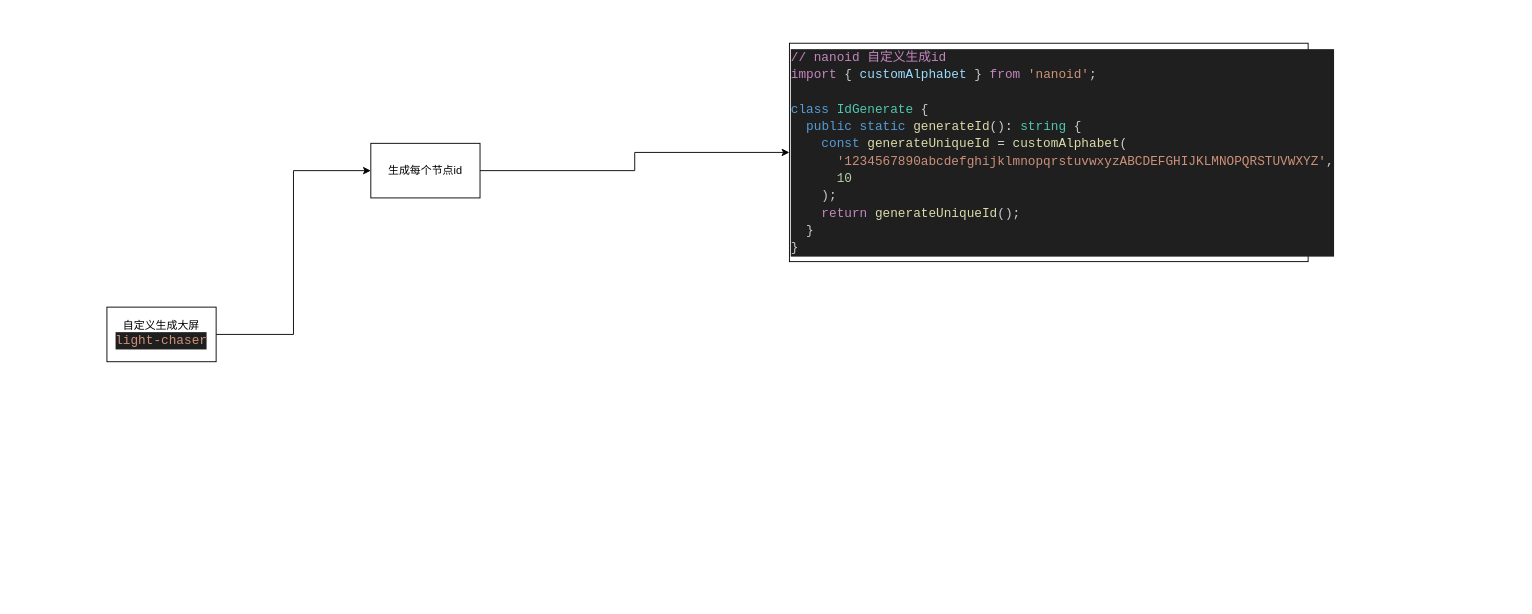
This is light-charse源码阅读.drawio from wankangk1/drawfile, a draw.io file, before an edit. Source tidied: cells renumbered, new cells numbered last; positions are measured from the earlier drawing's top-left corner, leaving out a move shared by most shapes. Both pictures are drawn from the tidied source at 91%, with x=0, y=0 at pixel (106, 43).
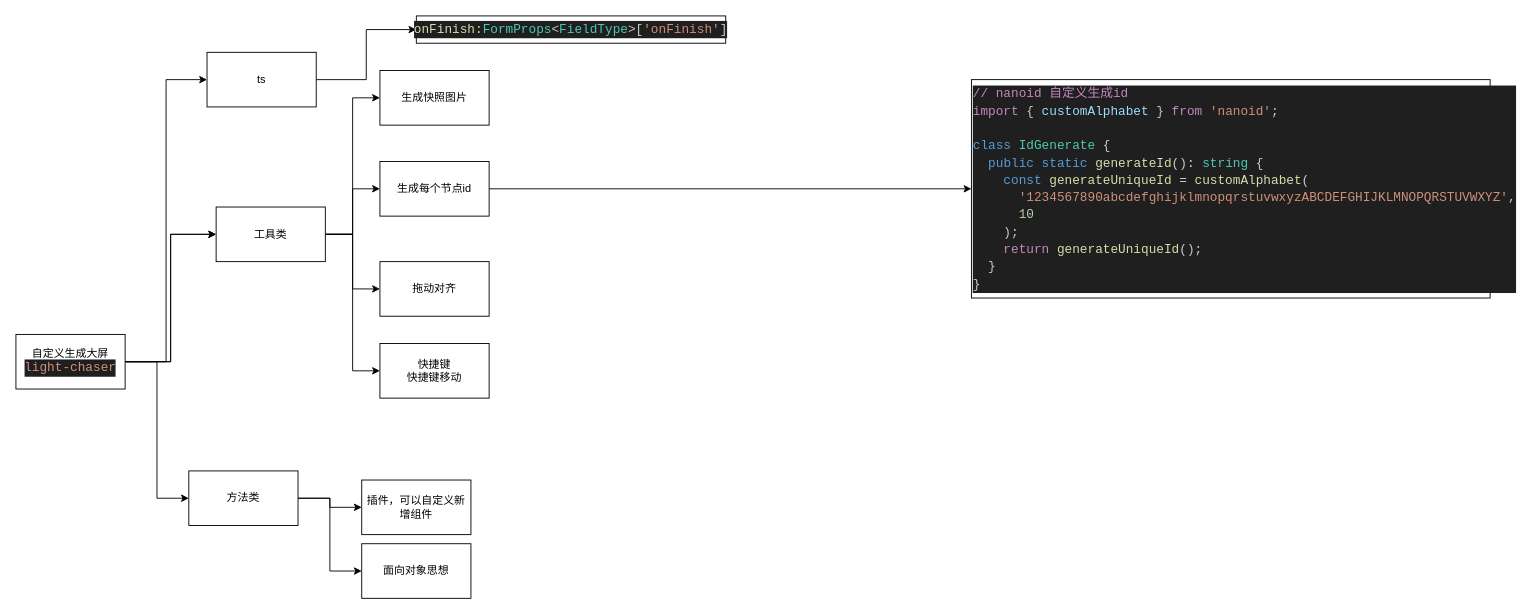
The same diagram, later.

Commit message:
更新light-charse源码阅读.drawio

The edit, as a diff of the source:
```diff
@@
     <mxCell id="2" value="&lt;div style=&quot;background-color: rgb(31, 31, 31); font-family: Consolas, &amp;quot;Courier New&amp;quot;, monospace; font-size: 14px; line-height: 19px; white-space: pre;&quot;&gt;&lt;div style=&quot;&quot;&gt;&lt;font color=&quot;#c586c0&quot;&gt;// nanoid 自定义生成id&lt;/font&gt;&lt;/div&gt;&lt;div style=&quot;color: rgb(204, 204, 204);&quot;&gt;&lt;span style=&quot;color: #c586c0;&quot;&gt;import&lt;/span&gt; { &lt;span style=&quot;color: #9cdcfe;&quot;&gt;customAlphabet&lt;/span&gt; } &lt;span style=&quot;color: #c586c0;&quot;&gt;from&lt;/span&gt; &lt;span style=&quot;color: #ce9178;&quot;&gt;'nanoid'&lt;/span&gt;;&lt;/div&gt;&lt;font color=&quot;#cccccc&quot;&gt;&lt;br&gt;&lt;/font&gt;&lt;div style=&quot;color: rgb(204, 204, 204);&quot;&gt;&lt;span style=&quot;color: #569cd6;&quot;&gt;class&lt;/span&gt; &lt;span style=&quot;color: #4ec9b0;&quot;&gt;IdGenerate&lt;/span&gt; {&lt;/div&gt;&lt;div style=&quot;color: rgb(204, 204, 204);&quot;&gt;&amp;nbsp; &lt;span style=&quot;color: #569cd6;&quot;&gt;public&lt;/span&gt; &lt;span style=&quot;color: #569cd6;&quot;&gt;static&lt;/span&gt; &lt;span style=&quot;color: #dcdcaa;&quot;&gt;generateId&lt;/span&gt;()&lt;span style=&quot;color: #d4d4d4;&quot;&gt;:&lt;/span&gt; &lt;span style=&quot;color: #4ec9b0;&quot;&gt;string&lt;/span&gt; {&lt;/div&gt;&lt;div style=&quot;color: rgb(204, 204, 204);&quot;&gt;&amp;nbsp; &amp;nbsp; &lt;span style=&quot;color: #569cd6;&quot;&gt;const&lt;/span&gt; &lt;span style=&quot;color: #dcdcaa;&quot;&gt;generateUniqueId&lt;/span&gt; &lt;span style=&quot;color: #d4d4d4;&quot;&gt;=&lt;/span&gt; &lt;span style=&quot;color: #dcdcaa;&quot;&gt;customAlphabet&lt;/span&gt;(&lt;/div&gt;&lt;div style=&quot;color: rgb(204, 204, 204);&quot;&gt;&amp;nbsp; &amp;nbsp; &amp;nbsp; &lt;span style=&quot;color: #ce9178;&quot;&gt;'1234567890abcdefghijklmnopqrstuvwxyzABCDEFGHIJKLMNOPQRSTUVWXYZ'&lt;/span&gt;,&lt;/div&gt;&lt;div style=&quot;color: rgb(204, 204, 204);&quot;&gt;&amp;nbsp; &amp;nbsp; &amp;nbsp; &lt;span style=&quot;color: #b5cea8;&quot;&gt;10&lt;/span&gt;&lt;/div&gt;&lt;div style=&quot;color: rgb(204, 204, 204);&quot;&gt;&amp;nbsp; &amp;nbsp; );&lt;/div&gt;&lt;div style=&quot;color: rgb(204, 204, 204);&quot;&gt;&amp;nbsp; &amp;nbsp; &lt;span style=&quot;color: #c586c0;&quot;&gt;return&lt;/span&gt; &lt;span style=&quot;color: #dcdcaa;&quot;&gt;generateUniqueId&lt;/span&gt;();&lt;/div&gt;&lt;div style=&quot;color: rgb(204, 204, 204);&quot;&gt;&amp;nbsp; }&lt;/div&gt;&lt;div style=&quot;color: rgb(204, 204, 204);&quot;&gt;}&lt;/div&gt;&lt;/div&gt;" style="rounded=0;whiteSpace=wrap;html=1;fillStyle=dashed;align=left;" parent="1" vertex="1">
-      <mxGeometry x="750" width="570" height="240" as="geometry" />
+      <mxGeometry x="950" y="40" width="570" height="240" as="geometry" />
     </mxCell>
@@
     <mxCell id="4" value="生成每个节点id" style="rounded=0;whiteSpace=wrap;html=1;" parent="1" vertex="1">
-      <mxGeometry x="290" y="110" width="120" height="60" as="geometry" />
+      <mxGeometry x="300" y="130" width="120" height="60" as="geometry" />
     </mxCell>
-    <mxCell id="5" style="edgeStyle=orthogonalEdgeStyle;rounded=0;jettySize=auto;html=1;exitX=1;exitY=0.5;exitDx=0;exitDy=0;entryX=0;entryY=0.5;entryDx=0;entryDy=0;" parent="1" edge="1" source="6" target="4">
-      <mxGeometry relative="1" as="geometry" />
-    </mxCell>
+    <mxCell id="7" style="edgeStyle=orthogonalEdgeStyle;rounded=0;jettySize=auto;html=1;exitX=1;exitY=0.5;exitDx=0;exitDy=0;entryX=0;entryY=0.5;entryDx=0;entryDy=0;" parent="1" edge="1" source="6" target="25">
+      <mxGeometry relative="1" as="geometry" />
+    </mxCell>
+    <mxCell id="8" style="edgeStyle=orthogonalEdgeStyle;rounded=0;jettySize=auto;html=1;exitX=1;exitY=0.5;exitDx=0;exitDy=0;entryX=0;entryY=0.5;entryDx=0;entryDy=0;" parent="1" edge="1" source="6" target="18">
+      <mxGeometry relative="1" as="geometry" />
+    </mxCell>
+    <mxCell id="9" style="edgeStyle=orthogonalEdgeStyle;rounded=0;jettySize=auto;html=1;exitX=1;exitY=0.5;exitDx=0;exitDy=0;entryX=0;entryY=0.5;entryDx=0;entryDy=0;" parent="1" edge="1" source="6" target="20">
+      <mxGeometry relative="1" as="geometry" />
+    </mxCell>
+    <mxCell id="10" style="edgeStyle=orthogonalEdgeStyle;rounded=0;jettySize=auto;html=1;exitX=1;exitY=0.5;exitDx=0;exitDy=0;entryX=0;entryY=0.5;entryDx=0;entryDy=0;" parent="1" edge="1" source="25" target="22">
+      <mxGeometry relative="1" as="geometry" />
+    </mxCell>
     <mxCell id="6" value="自定义生成大屏&lt;br&gt;&lt;div style=&quot;color: rgb(204, 204, 204); background-color: rgb(31, 31, 31); font-family: Consolas, &amp;quot;Courier New&amp;quot;, monospace; font-size: 14px; line-height: 19px; white-space: pre;&quot;&gt;&lt;span style=&quot;color: #ce9178;&quot;&gt;light-chaser&lt;/span&gt;&lt;/div&gt;" style="rounded=0;whiteSpace=wrap;html=1;" parent="1" vertex="1">
-      <mxGeometry y="290" width="120" height="60" as="geometry" />
+      <mxGeometry x="-100" y="320" width="120" height="60" as="geometry" />
     </mxCell>
+    <mxCell id="11" value="拖动对齐" style="rounded=0;whiteSpace=wrap;html=1;" parent="1" vertex="1">
+      <mxGeometry x="300" y="240" width="120" height="60" as="geometry" />
+    </mxCell>
+    <mxCell id="12" value="插件，可以自定义新增组件" style="rounded=0;whiteSpace=wrap;html=1;" parent="1" vertex="1">
+      <mxGeometry x="280" y="480" width="120" height="60" as="geometry" />
+    </mxCell>
+    <mxCell id="13" value="面向对象思想" style="rounded=0;whiteSpace=wrap;html=1;" parent="1" vertex="1">
+      <mxGeometry x="280" y="550" width="120" height="60" as="geometry" />
+    </mxCell>
+    <mxCell id="14" style="edgeStyle=orthogonalEdgeStyle;rounded=0;jettySize=auto;html=1;exitX=1;exitY=0.5;exitDx=0;exitDy=0;entryX=0;entryY=0.5;entryDx=0;entryDy=0;" parent="1" edge="1" source="25" target="4">
+      <mxGeometry relative="1" as="geometry" />
+    </mxCell>
+    <mxCell id="15" style="edgeStyle=orthogonalEdgeStyle;rounded=0;jettySize=auto;html=1;exitX=1;exitY=0.5;exitDx=0;exitDy=0;entryX=0;entryY=0.5;entryDx=0;entryDy=0;" parent="1" edge="1" source="25" target="11">
+      <mxGeometry relative="1" as="geometry" />
+    </mxCell>
+    <mxCell id="16" style="edgeStyle=orthogonalEdgeStyle;rounded=0;jettySize=auto;html=1;exitX=1;exitY=0.5;exitDx=0;exitDy=0;entryX=0;entryY=0.5;entryDx=0;entryDy=0;" parent="1" edge="1" source="18" target="12">
+      <mxGeometry relative="1" as="geometry" />
+    </mxCell>
+    <mxCell id="17" style="edgeStyle=orthogonalEdgeStyle;rounded=0;jettySize=auto;html=1;exitX=1;exitY=0.5;exitDx=0;exitDy=0;entryX=0;entryY=0.5;entryDx=0;entryDy=0;" parent="1" edge="1" source="18" target="13">
+      <mxGeometry relative="1" as="geometry" />
+    </mxCell>
+    <mxCell id="18" value="方法类" style="rounded=0;whiteSpace=wrap;html=1;" parent="1" vertex="1">
+      <mxGeometry x="90" y="470" width="120" height="60" as="geometry" />
+    </mxCell>
+    <mxCell id="19" style="edgeStyle=orthogonalEdgeStyle;rounded=0;jettySize=auto;html=1;exitX=1;exitY=0.5;exitDx=0;exitDy=0;entryX=0;entryY=0.5;entryDx=0;entryDy=0;" parent="1" edge="1" source="20" target="21">
+      <mxGeometry relative="1" as="geometry" />
+    </mxCell>
+    <mxCell id="20" value="ts" style="rounded=0;whiteSpace=wrap;html=1;" parent="1" vertex="1">
+      <mxGeometry x="110" y="10" width="120" height="60" as="geometry" />
+    </mxCell>
+    <mxCell id="21" value="&lt;div style=&quot;color: rgb(204, 204, 204); background-color: rgb(31, 31, 31); font-family: Consolas, &amp;quot;Courier New&amp;quot;, monospace; font-size: 14px; line-height: 19px; white-space: pre;&quot;&gt;&lt;span style=&quot;color: rgb(220, 220, 170);&quot;&gt;onFinish:&lt;/span&gt;&lt;span style=&quot;color: #4ec9b0;&quot;&gt;FormProps&lt;/span&gt;&amp;lt;&lt;span style=&quot;color: #4ec9b0;&quot;&gt;FieldType&lt;/span&gt;&amp;gt;[&lt;span style=&quot;color: #ce9178;&quot;&gt;'onFinish'&lt;/span&gt;]&lt;/div&gt;" style="rounded=0;whiteSpace=wrap;html=1;" parent="1" vertex="1">
+      <mxGeometry x="340" y="-30" width="340" height="30" as="geometry" />
+    </mxCell>
+    <mxCell id="22" value="生成快照图片" style="rounded=0;whiteSpace=wrap;html=1;" parent="1" vertex="1">
+      <mxGeometry x="300" y="30" width="120" height="60" as="geometry" />
+    </mxCell>
+    <mxCell id="23" style="edgeStyle=orthogonalEdgeStyle;rounded=0;jettySize=auto;html=1;exitX=1;exitY=0.5;exitDx=0;exitDy=0;entryX=0;entryY=0.5;entryDx=0;entryDy=0;" parent="1" edge="1" source="6" target="25">
+      <mxGeometry relative="1" as="geometry" />
+    </mxCell>
+    <mxCell id="24" style="edgeStyle=orthogonalEdgeStyle;rounded=0;jettySize=auto;html=1;exitX=1;exitY=0.5;exitDx=0;exitDy=0;entryX=0;entryY=0.5;entryDx=0;entryDy=0;" parent="1" edge="1" source="25" target="26">
+      <mxGeometry relative="1" as="geometry" />
+    </mxCell>
+    <mxCell id="25" value="工具类" style="rounded=0;whiteSpace=wrap;html=1;" parent="1" vertex="1">
+      <mxGeometry x="120" y="180" width="120" height="60" as="geometry" />
+    </mxCell>
+    <mxCell id="26" value="快捷键&lt;br&gt;快捷键移动" style="rounded=0;whiteSpace=wrap;html=1;" parent="1" vertex="1">
+      <mxGeometry x="300" y="330" width="120" height="60" as="geometry" />
+    </mxCell>
```
